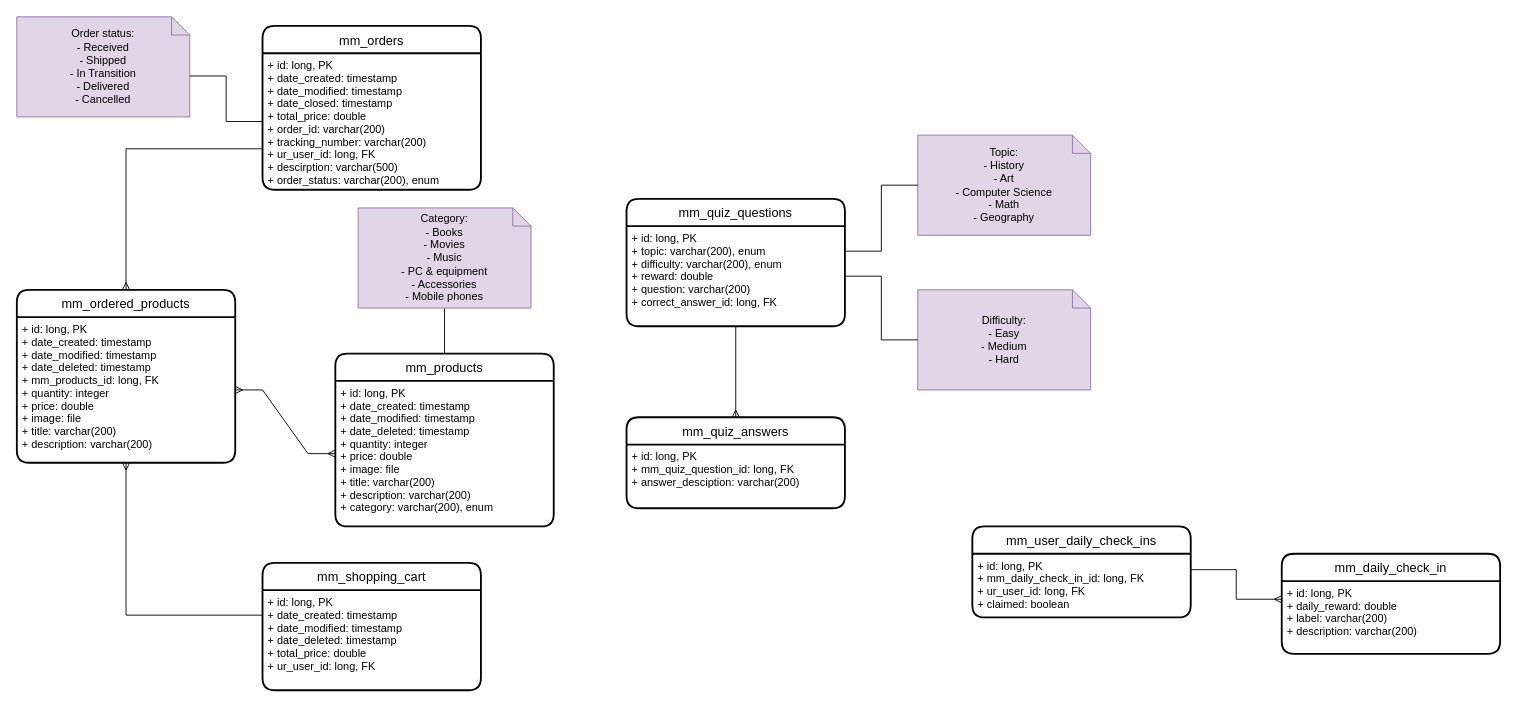
Above: page "metamodels" (2 of 2) of EMT_diagrams.drawio in bbozilov26/EMT_2023_backend (draw.io), before the change. Source tidied: cells renumbered, new cells numbered last; positions are measured from the earlier drawing's top-left corner, leaving out a move shared by most shapes. Both pictures are drawn from the tidied source at 91%, with x=0, y=0 at pixel (16, 16).
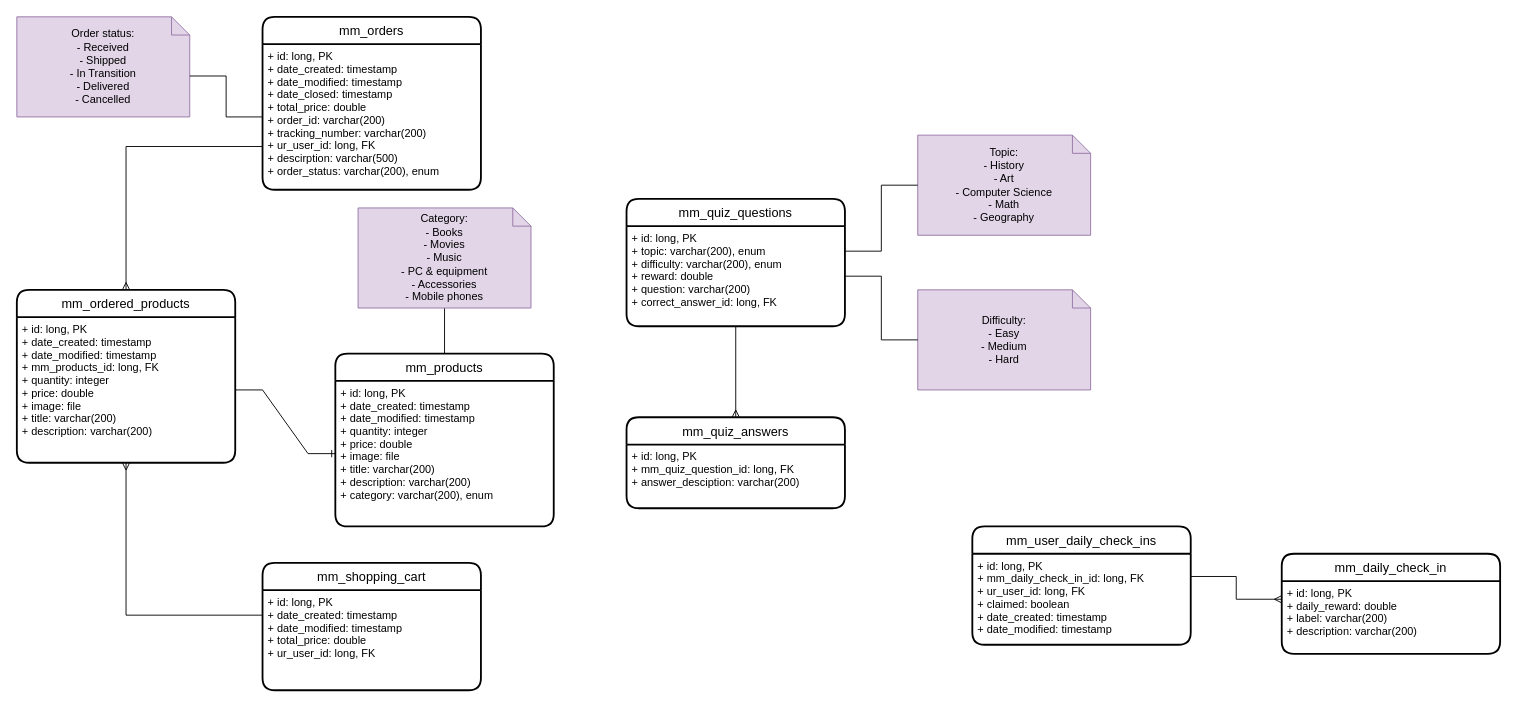
After the change.

Unchanged cells that the change refers to:
```xml
<mxCell id="3" value="mm_products" style="swimlane;horizontal=1;startSize=30;rounded=1;fontSize=14;fontStyle=0;strokeWidth=2;shadow=0;dashed=0;align=center;" parent="1" vertex="1">
  <mxGeometry x="350" y="370" width="240" height="190" as="geometry" />
</mxCell>
<mxCell id="15" value="mm_shopping_cart" style="swimlane;horizontal=1;startSize=30;rounded=1;fontSize=14;fontStyle=0;strokeWidth=2;shadow=0;dashed=0;align=center;" parent="1" vertex="1">
  <mxGeometry x="270" y="600" width="240" height="140" as="geometry" />
</mxCell>
<mxCell id="27" value="mm_ordered_products" style="swimlane;horizontal=1;startSize=30;rounded=1;fontSize=14;fontStyle=0;strokeWidth=2;shadow=0;dashed=0;align=center;" parent="1" vertex="1">
  <mxGeometry y="300" width="240" height="190" as="geometry" />
</mxCell>
```

The edit, as a diff of the source:
```diff
@@
-    <mxCell id="4" value="+ id: long, PK&#10;+ date_created: timestamp&#10;+ date_modified: timestamp&#10;+ date_deleted: timestamp&#10;+ quantity: integer&#10;+ price: double&#10;+ image: file&#10;+ title: varchar(200)&#10;+ description: varchar(200)&#10;+ category: varchar(200), enum" style="align=left;strokeColor=none;fillColor=none;spacingLeft=4;fontSize=12;verticalAlign=top;" parent="3" vertex="1">
+    <mxCell id="4" value="+ id: long, PK&#10;+ date_created: timestamp&#10;+ date_modified: timestamp&#10;+ quantity: integer&#10;+ price: double&#10;+ image: file&#10;+ title: varchar(200)&#10;+ description: varchar(200)&#10;+ category: varchar(200), enum" style="align=left;strokeColor=none;fillColor=none;spacingLeft=4;fontSize=12;verticalAlign=top;" parent="3" vertex="1">
       <mxGeometry y="30" width="240" height="160" as="geometry" />
     </mxCell>
@@
-    <mxCell id="16" value="+ id: long, PK&#10;+ date_created: timestamp&#10;+ date_modified: timestamp&#10;+ date_deleted: timestamp&#10;+ total_price: double&#10;+ ur_user_id: long, FK" style="align=left;strokeColor=none;fillColor=none;spacingLeft=4;fontSize=12;verticalAlign=top;" parent="15" vertex="1">
+    <mxCell id="16" value="+ id: long, PK&#10;+ date_created: timestamp&#10;+ date_modified: timestamp&#10;+ total_price: double&#10;+ ur_user_id: long, FK" style="align=left;strokeColor=none;fillColor=none;spacingLeft=4;fontSize=12;verticalAlign=top;" parent="15" vertex="1">
       <mxGeometry y="30" width="240" height="110" as="geometry" />
     </mxCell>
@@
     <mxCell id="19" value="mm_user_daily_check_ins" style="swimlane;horizontal=1;startSize=30;rounded=1;fontSize=14;fontStyle=0;strokeWidth=2;shadow=0;dashed=0;align=center;" parent="1" vertex="1">
-      <mxGeometry x="1050" y="560" width="240" height="100" as="geometry" />
+      <mxGeometry x="1050" y="560" width="240" height="130" as="geometry" />
     </mxCell>
-    <mxCell id="20" value="+ id: long, PK&#10;+ mm_daily_check_in_id: long, FK&#10;+ ur_user_id: long, FK&#10;+ claimed: boolean" style="align=left;strokeColor=none;fillColor=none;spacingLeft=4;fontSize=12;verticalAlign=top;" parent="19" vertex="1">
-      <mxGeometry y="30" width="240" height="70" as="geometry" />
+    <mxCell id="20" value="+ id: long, PK&#10;+ mm_daily_check_in_id: long, FK&#10;+ ur_user_id: long, FK&#10;+ claimed: boolean&#10;+ date_created: timestamp&#10;+ date_modified: timestamp" style="align=left;strokeColor=none;fillColor=none;spacingLeft=4;fontSize=12;verticalAlign=top;" parent="19" vertex="1">
+      <mxGeometry y="30" width="240" height="100" as="geometry" />
     </mxCell>
@@
     <mxCell id="22" value="mm_orders" style="swimlane;horizontal=1;startSize=30;rounded=1;fontSize=14;fontStyle=0;strokeWidth=2;shadow=0;dashed=0;align=center;" parent="1" vertex="1">
-      <mxGeometry x="270" y="10" width="240" height="180" as="geometry" />
+      <mxGeometry x="270" width="240" height="190" as="geometry" />
     </mxCell>
     <mxCell id="23" value="+ id: long, PK&#10;+ date_created: timestamp&#10;+ date_modified: timestamp&#10;+ date_closed: timestamp&#10;+ total_price: double&#10;+ order_id: varchar(200)&#10;+ tracking_number: varchar(200)&#10;+ ur_user_id: long, FK&#10;+ descirption: varchar(500)&#10;+ order_status: varchar(200), enum" style="align=left;strokeColor=none;fillColor=none;spacingLeft=4;fontSize=12;verticalAlign=top;" parent="22" vertex="1">
-      <mxGeometry y="30" width="240" height="150" as="geometry" />
+      <mxGeometry y="30" width="240" height="160" as="geometry" />
     </mxCell>
@@
-    <mxCell id="28" value="+ id: long, PK&#10;+ date_created: timestamp&#10;+ date_modified: timestamp&#10;+ date_deleted: timestamp&#10;+ mm_products_id: long, FK&#10;+ quantity: integer&#10;+ price: double&#10;+ image: file&#10;+ title: varchar(200)&#10;+ description: varchar(200)" style="align=left;strokeColor=none;fillColor=none;spacingLeft=4;fontSize=12;verticalAlign=top;" parent="27" vertex="1">
+    <mxCell id="28" value="+ id: long, PK&#10;+ date_created: timestamp&#10;+ date_modified: timestamp&#10;+ mm_products_id: long, FK&#10;+ quantity: integer&#10;+ price: double&#10;+ image: file&#10;+ title: varchar(200)&#10;+ description: varchar(200)" style="align=left;strokeColor=none;fillColor=none;spacingLeft=4;fontSize=12;verticalAlign=top;" parent="27" vertex="1">
       <mxGeometry y="30" width="240" height="160" as="geometry" />
     </mxCell>
+    <mxCell id="30" value="Category:&lt;br&gt;- Books&lt;br&gt;- Movies&lt;br&gt;- Music&lt;br&gt;- PC &amp;amp; equipment&lt;br&gt;- Accessories&lt;br&gt;- Mobile phones" style="shape=note;size=20;whiteSpace=wrap;html=1;fillColor=#e1d5e7;strokeColor=#9673a6;" parent="1" vertex="1">
+      <mxGeometry x="375" y="210" width="190" height="110" as="geometry" />
+    </mxCell>
-    <mxCell id="29" style="edgeStyle=entityRelationEdgeStyle;fontSize=12;html=1;endArrow=ERmany;startArrow=ERmany;rounded=0;exitX=1;exitY=0.5;exitDx=0;exitDy=0;entryX=0;entryY=0.5;entryDx=0;entryDy=0;" parent="1" edge="1" source="28" target="4">
+    <mxCell id="29" style="edgeStyle=entityRelationEdgeStyle;fontSize=12;html=1;endArrow=ERone;endFill=1;rounded=0;exitX=1;exitY=0.5;exitDx=0;exitDy=0;entryX=0;entryY=0.5;entryDx=0;entryDy=0;" parent="1" edge="1" source="28" target="4">
       <mxGeometry relative="1" as="geometry" />
     </mxCell>
-    <mxCell id="30" value="Category:&lt;br&gt;- Books&lt;br&gt;- Movies&lt;br&gt;- Music&lt;br&gt;- PC &amp;amp; equipment&lt;br&gt;- Accessories&lt;br&gt;- Mobile phones" style="shape=note;size=20;whiteSpace=wrap;html=1;fillColor=#e1d5e7;strokeColor=#9673a6;" parent="1" vertex="1">
-      <mxGeometry x="375" y="210" width="190" height="110" as="geometry" />
-    </mxCell>
```
